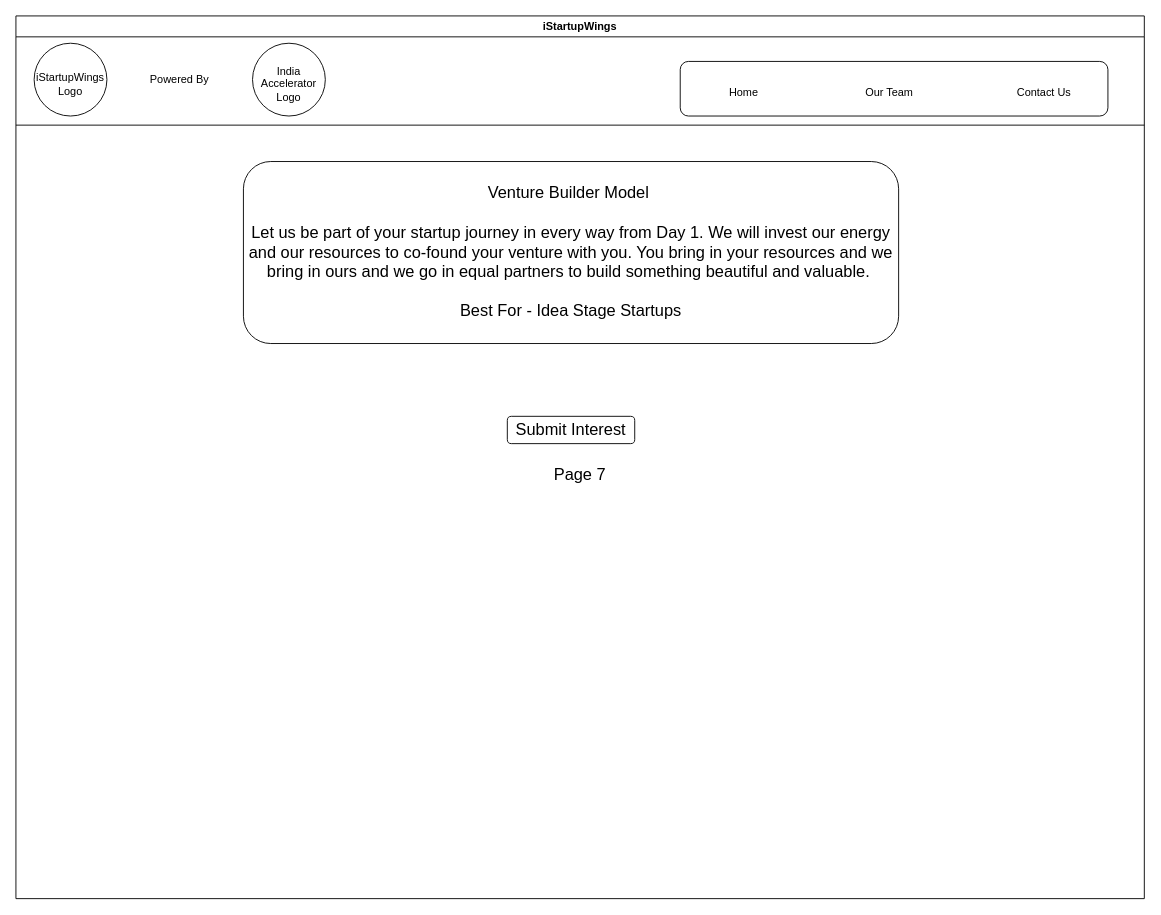
This is page "Venture Builder" (2 of 13) of iStartupWings.drawio from snair0410/story, a draw.io file, before an edit. Source tidied: cells renumbered, new cells numbered last; positions are measured from the earlier drawing's top-left corner, leaving out a move shared by most shapes. Both pictures are drawn from the tidied source at 91%, with x=0, y=0 at pixel (15, 15).
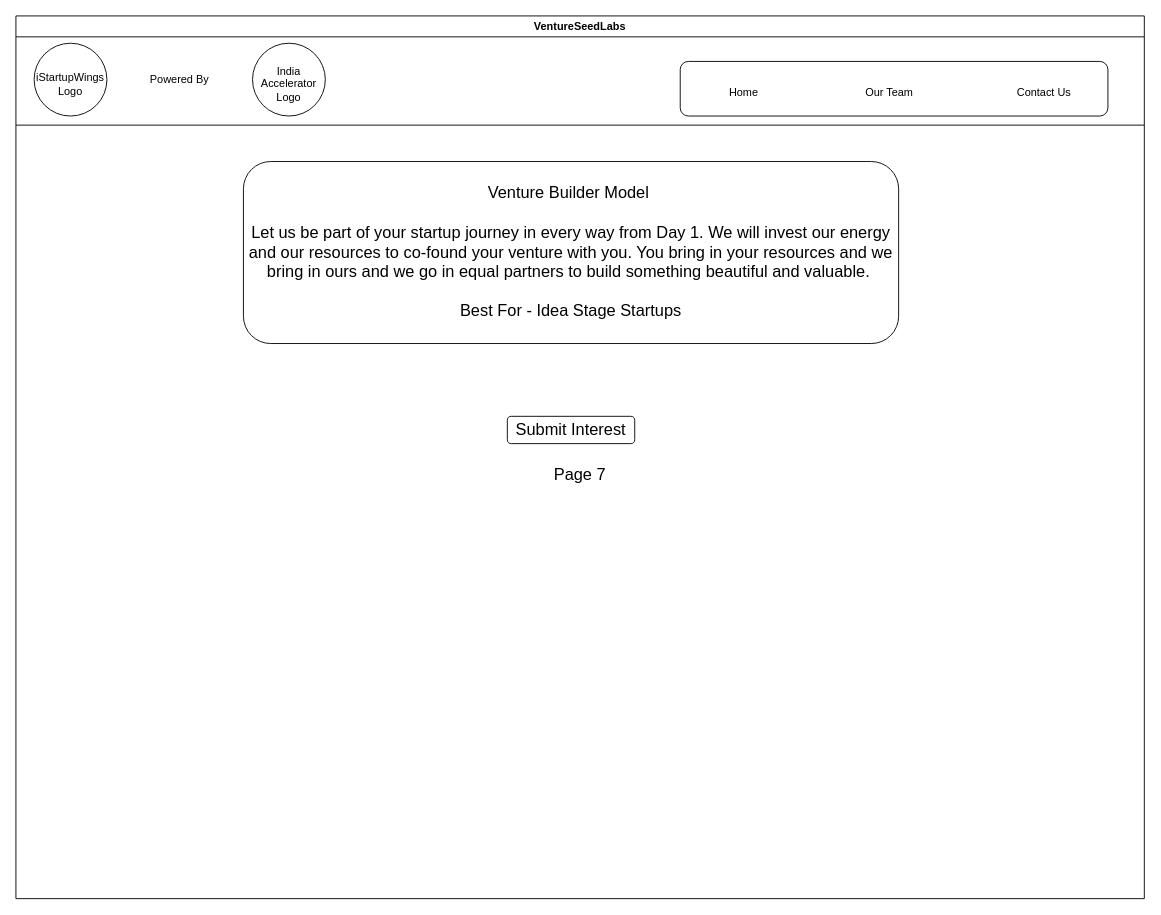
Above is the later version.

Diff of the diagram source:
```diff
@@
 <mxGraphModel>
   <root>
     <mxCell id="0" />
     <mxCell id="1" parent="0" />
-    <mxCell id="2" value="iStartupWings" style="swimlane;" parent="1" vertex="1">
+    <mxCell id="2" value="VentureSeedLabs" style="swimlane;" parent="1" vertex="1">
       <mxGeometry width="1240" height="970" as="geometry" />
     </mxCell>
     <mxCell id="3" style="ellipse;whiteSpace=wrap;html=1;" parent="2" vertex="1">
       <mxGeometry x="20" y="30" width="80" height="80" as="geometry" />
     </mxCell>
     <mxCell id="4" value="iStartupWings Logo" style="text;html=1;strokeColor=none;fillColor=none;align=center;verticalAlign=middle;whiteSpace=wrap;rounded=0;" parent="2" vertex="1">
       <mxGeometry x="30" y="60" width="60" height="30" as="geometry" />
     </mxCell>
     <mxCell id="5" value="Powered By" style="text;html=1;strokeColor=none;fillColor=none;align=center;verticalAlign=middle;whiteSpace=wrap;rounded=0;" parent="2" vertex="1">
       <mxGeometry x="130" y="55" width="100" height="30" as="geometry" />
     </mxCell>
     <mxCell id="6" style="ellipse;whiteSpace=wrap;html=1;" parent="2" vertex="1">
       <mxGeometry x="260" y="30" width="80" height="80" as="geometry" />
     </mxCell>
     <mxCell id="7" value="India Accelerator Logo" style="text;html=1;strokeColor=none;fillColor=none;align=center;verticalAlign=middle;whiteSpace=wrap;rounded=0;" parent="2" vertex="1">
       <mxGeometry x="270" y="60" width="60" height="30" as="geometry" />
     </mxCell>
     <mxCell id="8" style="rounded=1;whiteSpace=wrap;html=1;" parent="2" vertex="1">
       <mxGeometry x="730" y="50" width="470" height="60" as="geometry" />
     </mxCell>
     <mxCell id="9" value="Home" style="text;html=1;strokeColor=none;fillColor=none;align=center;verticalAlign=middle;whiteSpace=wrap;rounded=0;" parent="2" vertex="1">
       <mxGeometry x="750" y="70" width="100" height="30" as="geometry" />
     </mxCell>
     <mxCell id="10" value="Our Team" style="text;html=1;strokeColor=none;fillColor=none;align=center;verticalAlign=middle;whiteSpace=wrap;rounded=0;" parent="2" vertex="1">
       <mxGeometry x="910" y="70" width="100" height="30" as="geometry" />
     </mxCell>
     <mxCell id="11" value="Contact Us" style="text;html=1;strokeColor=none;fillColor=none;align=center;verticalAlign=middle;whiteSpace=wrap;rounded=0;" parent="2" vertex="1">
       <mxGeometry x="1080" y="70" width="100" height="30" as="geometry" />
     </mxCell>
     <mxCell id="12" value="&lt;div&gt;&lt;div&gt;&lt;span style=&quot;font-size: 18px&quot;&gt;Venture Builder Model&amp;nbsp;&lt;/span&gt;&lt;/div&gt;&lt;div&gt;&lt;span style=&quot;font-size: 18px&quot;&gt;&lt;br&gt;&lt;/span&gt;&lt;/div&gt;&lt;div&gt;&lt;span style=&quot;font-size: 18px&quot;&gt;Let us be part of your startup journey in every way from Day 1. We will invest our energy and our resources to co-found your venture with you. You bring in your resources and we bring in ours and we go in equal partners to build something beautiful and valuable.&amp;nbsp;&lt;/span&gt;&lt;/div&gt;&lt;div&gt;&lt;span style=&quot;font-size: 18px&quot;&gt;&lt;br&gt;&lt;/span&gt;&lt;/div&gt;&lt;div&gt;&lt;span style=&quot;font-size: 18px&quot;&gt;Best For - Idea Stage Startups&lt;/span&gt;&lt;/div&gt;&lt;/div&gt;" style="rounded=1;whiteSpace=wrap;html=1;" parent="2" vertex="1">
       <mxGeometry x="250" y="160" width="720" height="200" as="geometry" />
     </mxCell>
     <mxCell id="13" value="Submit Interest" style="rounded=1;whiteSpace=wrap;html=1;fontSize=18;" parent="2" vertex="1">
       <mxGeometry x="540" y="440" width="140" height="30" as="geometry" />
     </mxCell>
     <mxCell id="14" value="Page 7" style="text;html=1;strokeColor=none;fillColor=none;align=center;verticalAlign=middle;whiteSpace=wrap;rounded=0;fontSize=18;" parent="2" vertex="1">
       <mxGeometry x="585" y="490" width="70" height="30" as="geometry" />
     </mxCell>
     <mxCell id="15" style="endArrow=none;html=1;rounded=0;" parent="1" edge="1">
       <mxGeometry relative="1" as="geometry">
         <mxPoint y="120" as="sourcePoint" />
         <mxPoint x="1240" y="120" as="targetPoint" />
       </mxGeometry>
     </mxCell>
   </root>
 </mxGraphModel>
```
